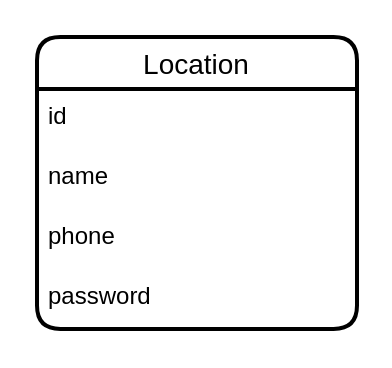
Above: workforce.drawio in iztileuoff/databases (draw.io), before the change. Source tidied: cells renumbered, new cells numbered last; positions are measured from the earlier drawing's top-left corner, leaving out a move shared by most shapes. Both pictures are drawn from the tidied source at 200%, with x=0, y=0 at pixel (36, 36).
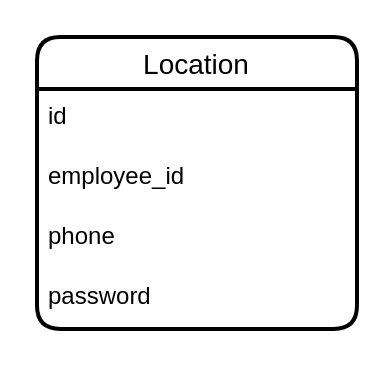
The same diagram, later.

What changed in the source:
```diff
@@
 <mxGraphModel>
   <root>
     <mxCell id="0" />
     <mxCell id="1" parent="0" />
     <mxCell id="2" value="Location" style="swimlane;fontStyle=0;horizontal=1;startSize=26;align=center;fontSize=14;strokeWidth=2;rounded=1;shadow=0;glass=0;swimlaneLine=1;" parent="1" vertex="1">
       <mxGeometry width="160" height="146" as="geometry" />
     </mxCell>
     <mxCell id="3" value="id" style="text;strokeColor=none;fillColor=none;spacingLeft=4;spacingRight=4;overflow=hidden;fontSize=12;whiteSpace=wrap;html=1;" parent="2" vertex="1">
       <mxGeometry y="26" width="160" height="30" as="geometry" />
     </mxCell>
-    <mxCell id="4" value="name" style="text;strokeColor=none;fillColor=none;spacingLeft=4;spacingRight=4;overflow=hidden;fontSize=12;whiteSpace=wrap;html=1;" parent="2" vertex="1">
+    <mxCell id="4" value="employee_id" style="text;strokeColor=none;fillColor=none;spacingLeft=4;spacingRight=4;overflow=hidden;fontSize=12;whiteSpace=wrap;html=1;" parent="2" vertex="1">
       <mxGeometry y="56" width="160" height="30" as="geometry" />
     </mxCell>
     <mxCell id="5" value="phone" style="text;strokeColor=none;fillColor=none;spacingLeft=4;spacingRight=4;overflow=hidden;fontSize=12;whiteSpace=wrap;html=1;" parent="2" vertex="1">
       <mxGeometry y="86" width="160" height="30" as="geometry" />
     </mxCell>
     <mxCell id="6" value="password" style="text;strokeColor=none;fillColor=none;spacingLeft=4;spacingRight=4;overflow=hidden;fontSize=12;whiteSpace=wrap;html=1;" parent="2" vertex="1">
       <mxGeometry y="116" width="160" height="30" as="geometry" />
     </mxCell>
   </root>
 </mxGraphModel>
```
